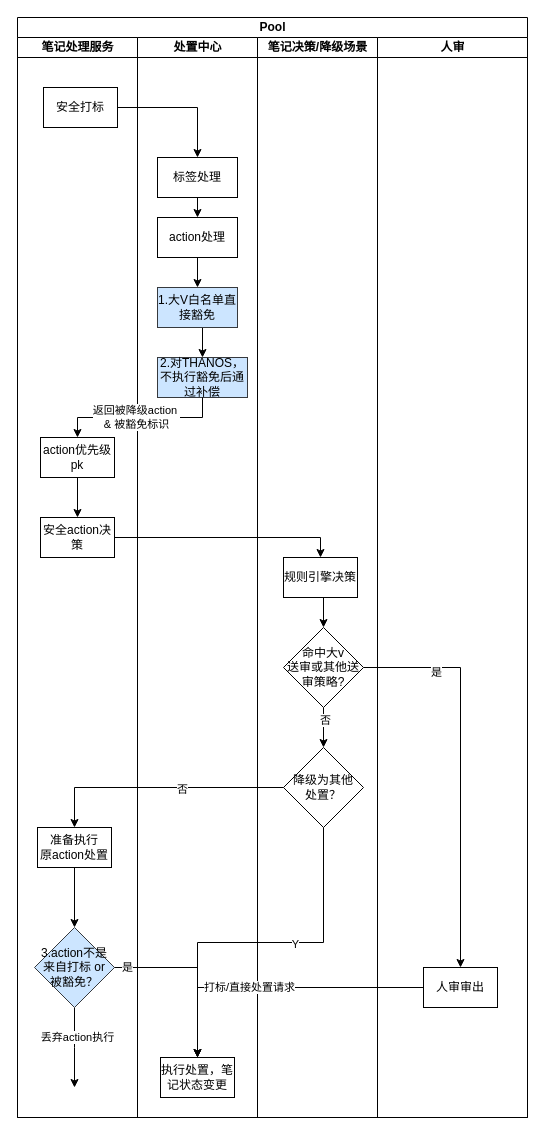
This is 未命名绘图.drawio from hidafu/hosts, a draw.io file, before an edit. Source tidied: cells renumbered, new cells numbered last; positions are measured from the earlier drawing's top-left corner, leaving out a move shared by most shapes. Both pictures are drawn from the tidied source at 100%, with x=0, y=0 at pixel (17, 17).
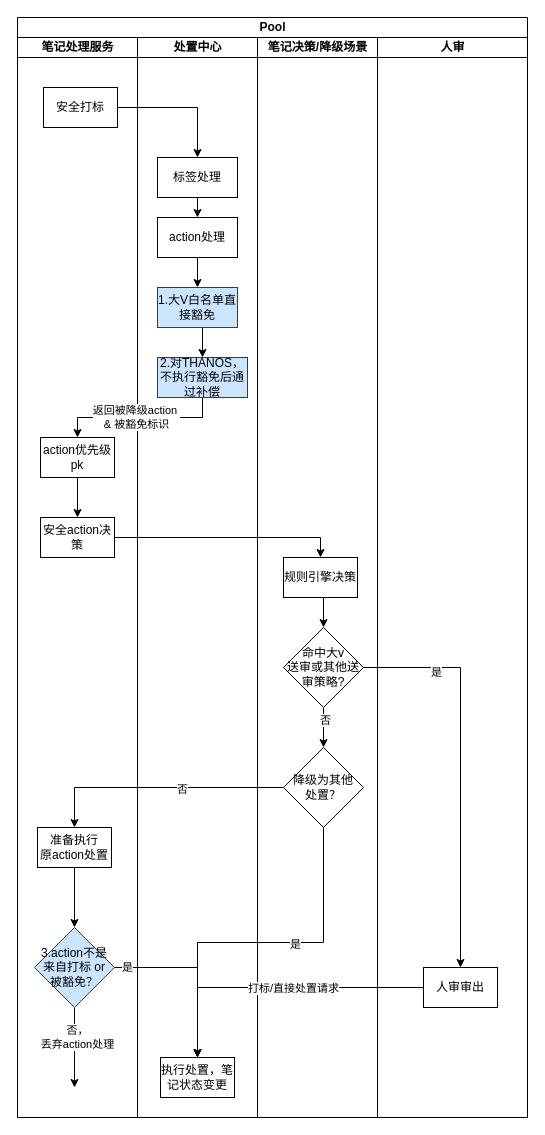
Above is the later version.

Commit message:
更新未命名绘图.drawio

The change refers to these unchanged cells:
```xml
<mxCell id="10" style="edgeStyle=orthogonalEdgeStyle;rounded=0;jettySize=auto;html=1;exitX=0.5;exitY=1;exitDx=0;exitDy=0;" parent="3" edge="1" source="12">
  <mxGeometry relative="1" as="geometry">
    <mxPoint x="57" y="1050" as="targetPoint" />
  </mxGeometry>
</mxCell>
<mxCell id="37" style="edgeStyle=orthogonalEdgeStyle;rounded=0;jettySize=auto;html=1;exitX=0;exitY=0.5;exitDx=0;exitDy=0;entryX=0.5;entryY=0;entryDx=0;entryDy=0;" parent="2" edge="1" source="30" target="21">
  <mxGeometry relative="1" as="geometry" />
</mxCell>
<mxCell id="39" style="edgeStyle=orthogonalEdgeStyle;rounded=0;jettySize=auto;html=1;exitX=0.5;exitY=1;exitDx=0;exitDy=0;entryX=0.5;entryY=0;entryDx=0;entryDy=0;" parent="2" edge="1" source="28" target="21">
  <mxGeometry relative="1" as="geometry" />
</mxCell>
```

Change to the diagram source:
```diff
@@
-    <mxCell id="11" value="丢弃action执行" style="edgeLabel;html=1;align=center;verticalAlign=middle;" parent="10" vertex="1">
+    <mxCell id="11" value="否，&lt;div&gt;丢弃action处理&lt;/div&gt;" style="edgeLabel;html=1;align=center;verticalAlign=middle;" parent="10" vertex="1">
       <mxGeometry x="-0.28" y="2" relative="1" as="geometry" />
     </mxCell>
@@
     <mxCell id="38" value="打标/直接处置请求" style="edgeLabel;html=1;align=center;verticalAlign=middle;" parent="37" vertex="1">
-      <mxGeometry x="0.18" y="-1" relative="1" as="geometry" />
+      <mxGeometry x="0.18" y="-1" relative="1" as="geometry">
+        <mxPoint x="44" y="1" as="offset" />
+      </mxGeometry>
     </mxCell>
@@
-    <mxCell id="40" value="Y" style="edgeLabel;html=1;align=center;verticalAlign=middle;" parent="39" vertex="1">
+    <mxCell id="40" value="是" style="edgeLabel;html=1;align=center;verticalAlign=middle;" parent="39" vertex="1">
       <mxGeometry x="-0.19" y="1" relative="1" as="geometry" />
     </mxCell>
```
